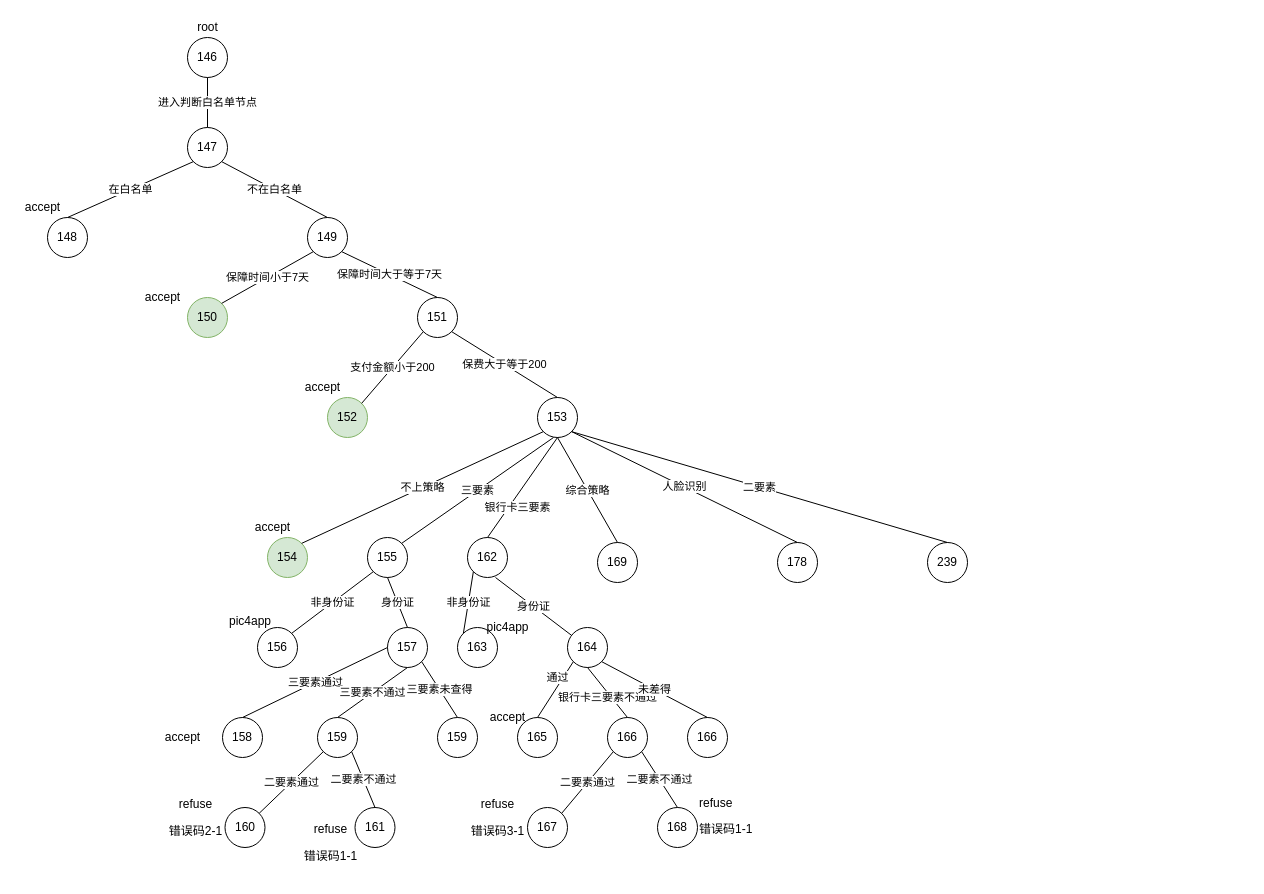
Above: 投保人策略.drawio in North30/tupian (draw.io), before the change. Source tidied: cells renumbered, new cells numbered last; positions are measured from the earlier drawing's top-left corner, leaving out a move shared by most shapes. Both pictures are drawn from the tidied source at 100%, with x=0, y=0 at pixel (17, 17).
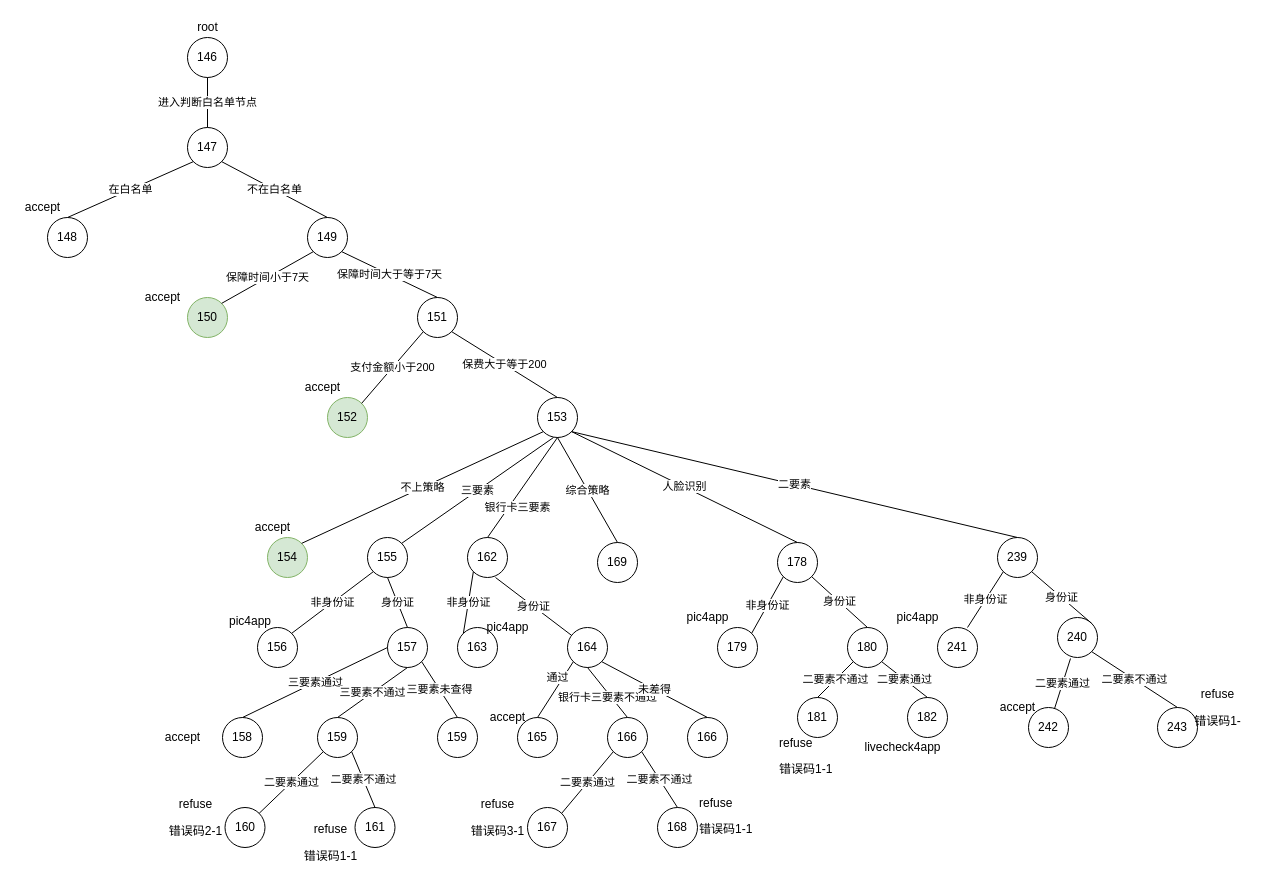
Above is the later version.

Commit message (it also covers changes not shown here):
更新投保人策略.drawio

Unchanged cells that the change refers to:
```xml
<mxCell id="25" value="178" style="ellipse;whiteSpace=wrap;html=1;" parent="1" vertex="1">
  <mxGeometry x="760" y="525" width="40" height="40" as="geometry" />
</mxCell>
```

The edit, as a diff of the source:
```diff
@@
     <mxCell id="26" value="239" style="ellipse;whiteSpace=wrap;html=1;" parent="1" vertex="1">
-      <mxGeometry x="910" y="525" width="40" height="40" as="geometry" />
+      <mxGeometry x="980" y="520" width="40" height="40" as="geometry" />
     </mxCell>
@@
+    <mxCell id="70" value="179" style="ellipse;whiteSpace=wrap;html=1;" parent="1" vertex="1">
+      <mxGeometry x="700" y="610" width="40" height="40" as="geometry" />
+    </mxCell>
+    <mxCell id="71" value="180" style="ellipse;whiteSpace=wrap;html=1;" parent="1" vertex="1">
+      <mxGeometry x="830" y="610" width="40" height="40" as="geometry" />
+    </mxCell>
+    <mxCell id="72" value="非身份证" style="endArrow=none;html=1;entryX=0;entryY=1;entryDx=0;entryDy=0;exitX=1;exitY=0;exitDx=0;exitDy=0;" parent="1" edge="1" source="70" target="25">
+      <mxGeometry relative="1" as="geometry" />
+    </mxCell>
+    <mxCell id="73" value="身份证" style="endArrow=none;html=1;entryX=1;entryY=1;entryDx=0;entryDy=0;exitX=0.5;exitY=0;exitDx=0;exitDy=0;" parent="1" edge="1" source="71" target="25">
+      <mxGeometry relative="1" as="geometry" />
+    </mxCell>
+    <mxCell id="74" value="pic4app" style="text;html=1;align=center;verticalAlign=middle;" parent="1" vertex="1">
+      <mxGeometry x="660" y="590" width="60" height="20" as="geometry" />
+    </mxCell>
+    <mxCell id="75" value="182" style="ellipse;whiteSpace=wrap;html=1;" parent="1" vertex="1">
+      <mxGeometry x="890" y="680" width="40" height="40" as="geometry" />
+    </mxCell>
+    <mxCell id="76" value="181" style="ellipse;whiteSpace=wrap;html=1;" parent="1" vertex="1">
+      <mxGeometry x="780" y="680" width="40" height="40" as="geometry" />
+    </mxCell>
+    <mxCell id="77" value="二要素不通过" style="endArrow=none;html=1;entryX=0;entryY=1;entryDx=0;entryDy=0;exitX=0.5;exitY=0;exitDx=0;exitDy=0;" parent="1" edge="1" source="76" target="71">
+      <mxGeometry relative="1" as="geometry" />
+    </mxCell>
+    <mxCell id="78" value="二要素通过" style="endArrow=none;html=1;entryX=1;entryY=1;entryDx=0;entryDy=0;exitX=0.5;exitY=0;exitDx=0;exitDy=0;" parent="1" edge="1" source="75" target="71">
+      <mxGeometry relative="1" as="geometry" />
+    </mxCell>
+    <mxCell id="79" value="livecheck4app" style="text;html=1;align=center;verticalAlign=middle;" parent="1" vertex="1">
+      <mxGeometry x="840" y="720" width="90" height="20" as="geometry" />
+    </mxCell>
+    <mxCell id="80" value="&lt;div id=&quot;base&quot;&gt;&lt;div class=&quot;ax_default flow_shape&quot; id=&quot;u109&quot;&gt;&lt;div class=&quot;text &quot; id=&quot;u109_text&quot;&gt;&lt;p&gt;&lt;span&gt;refuse&lt;/span&gt;&lt;/p&gt;&lt;p&gt;&lt;span&gt;错误码1-1&lt;/span&gt;&lt;/p&gt;&lt;/div&gt;&lt;/div&gt;&lt;/div&gt;" style="text;whiteSpace=wrap;html=1;" parent="1" vertex="1">
+      <mxGeometry x="760" y="700" width="80" height="80" as="geometry" />
+    </mxCell>
+    <mxCell id="81" value="241" style="ellipse;whiteSpace=wrap;html=1;" parent="1" vertex="1">
+      <mxGeometry x="920" y="610" width="40" height="40" as="geometry" />
+    </mxCell>
+    <mxCell id="82" value="240" style="ellipse;whiteSpace=wrap;html=1;" parent="1" vertex="1">
+      <mxGeometry x="1040" y="600" width="40" height="40" as="geometry" />
+    </mxCell>
+    <mxCell id="83" value="身份证" style="endArrow=none;html=1;entryX=1;entryY=1;entryDx=0;entryDy=0;exitX=1;exitY=0;exitDx=0;exitDy=0;" parent="1" edge="1" source="82" target="26">
+      <mxGeometry relative="1" as="geometry" />
+    </mxCell>
+    <mxCell id="84" value="非身份证" style="endArrow=none;html=1;exitX=0.75;exitY=0;exitDx=0;exitDy=0;exitPerimeter=0;entryX=0;entryY=1;entryDx=0;entryDy=0;" parent="1" edge="1" source="81" target="26">
+      <mxGeometry relative="1" as="geometry" />
+    </mxCell>
+    <mxCell id="85" value="pic4app" style="text;html=1;align=center;verticalAlign=middle;" parent="1" vertex="1">
+      <mxGeometry x="870" y="590" width="60" height="20" as="geometry" />
+    </mxCell>
+    <mxCell id="86" value="243" style="ellipse;whiteSpace=wrap;html=1;" parent="1" vertex="1">
+      <mxGeometry x="1140" y="690" width="40" height="40" as="geometry" />
+    </mxCell>
+    <mxCell id="87" value="242" style="ellipse;whiteSpace=wrap;html=1;" parent="1" vertex="1">
+      <mxGeometry x="1011" y="690" width="40" height="40" as="geometry" />
+    </mxCell>
+    <mxCell id="88" value="二要素通过" style="endArrow=none;html=1;" parent="1" edge="1" source="87">
+      <mxGeometry relative="1" as="geometry">
+        <mxPoint x="1053" y="641" as="targetPoint" />
+      </mxGeometry>
+    </mxCell>
+    <mxCell id="89" value="二要素不通过" style="endArrow=none;html=1;entryX=1;entryY=1;entryDx=0;entryDy=0;exitX=0.5;exitY=0;exitDx=0;exitDy=0;" parent="1" edge="1" source="86" target="82">
+      <mxGeometry relative="1" as="geometry" />
+    </mxCell>
+    <mxCell id="90" value="accept" style="text;html=1;align=center;verticalAlign=middle;" parent="1" vertex="1">
+      <mxGeometry x="975" y="680" width="50" height="20" as="geometry" />
+    </mxCell>
+    <mxCell id="91" value="&lt;p&gt;refuse&lt;/p&gt;&lt;p&gt;错误码1-&lt;/p&gt;" style="text;html=1;align=center;verticalAlign=middle;" parent="1" vertex="1">
+      <mxGeometry x="1170" y="655" width="60" height="70" as="geometry" />
+    </mxCell>
```
